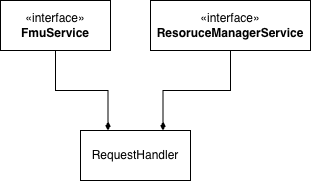
Before: figures/backend-design.png, a diagram exported from draw.io (Sohaib-Ouakani/thesis-template). Source tidied: cells renumbered, new cells last; positions are measured from the earlier drawing's top-left corner, leaving out a move shared by most shapes. Its diagram source:
```xml
<mxGraphModel>
  <root>
    <mxCell id="0" />
    <mxCell id="1" parent="0" />
    <mxCell id="2" value="RequestHandler" style="html=1;whiteSpace=wrap;" parent="1" vertex="1">
      <mxGeometry x="80" y="130" width="110" height="50" as="geometry" />
    </mxCell>
    <mxCell id="3" style="edgeStyle=orthogonalEdgeStyle;rounded=0;jettySize=auto;html=1;exitX=0.5;exitY=1;exitDx=0;exitDy=0;entryX=0.25;entryY=0;entryDx=0;entryDy=0;endArrow=diamondThin;endFill=1;" parent="1" edge="1" source="4" target="2">
      <mxGeometry relative="1" as="geometry" />
    </mxCell>
    <mxCell id="4" value="«interface»&lt;br&gt;&lt;b&gt;FmuService&lt;/b&gt;" style="html=1;whiteSpace=wrap;" parent="1" vertex="1">
      <mxGeometry width="110" height="50" as="geometry" />
    </mxCell>
    <mxCell id="5" style="edgeStyle=orthogonalEdgeStyle;rounded=0;jettySize=auto;html=1;exitX=0.5;exitY=1;exitDx=0;exitDy=0;entryX=0.75;entryY=0;entryDx=0;entryDy=0;endArrow=diamondThin;endFill=1;" parent="1" edge="1" source="6" target="2">
      <mxGeometry relative="1" as="geometry" />
    </mxCell>
    <mxCell id="6" value="«interface»&lt;br&gt;&lt;b&gt;ResoruceManagerService&lt;/b&gt;" style="html=1;whiteSpace=wrap;" parent="1" vertex="1">
      <mxGeometry x="150" width="160" height="50" as="geometry" />
    </mxCell>
  </root>
</mxGraphModel>
```
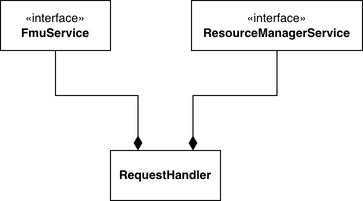
Later version of the same file.

The edit, as a diff of the source:
```diff
@@ -2,20 +2,20 @@
   <root>
     <mxCell id="0" />
     <mxCell id="1" parent="0" />
-    <mxCell id="2" value="RequestHandler" style="html=1;whiteSpace=wrap;" parent="1" vertex="1">
-      <mxGeometry x="80" y="130" width="110" height="50" as="geometry" />
+    <mxCell id="2" value="&lt;b&gt;RequestHandler&lt;/b&gt;" style="html=1;whiteSpace=wrap;" parent="1" vertex="1">
+      <mxGeometry x="109" y="100" width="110" height="50" as="geometry" />
     </mxCell>
-    <mxCell id="3" style="edgeStyle=orthogonalEdgeStyle;rounded=0;jettySize=auto;html=1;exitX=0.5;exitY=1;exitDx=0;exitDy=0;entryX=0.25;entryY=0;entryDx=0;entryDy=0;endArrow=diamondThin;endFill=1;" parent="1" edge="1" source="4" target="2">
+    <mxCell id="3" style="edgeStyle=orthogonalEdgeStyle;rounded=0;jettySize=auto;html=1;exitX=0.5;exitY=1;exitDx=0;exitDy=0;entryX=0.25;entryY=0;entryDx=0;entryDy=0;endArrow=diamondThin;endFill=1;endSize=12;" parent="1" edge="1" source="4" target="2">
       <mxGeometry relative="1" as="geometry" />
     </mxCell>
     <mxCell id="4" value="«interface»&lt;br&gt;&lt;b&gt;FmuService&lt;/b&gt;" style="html=1;whiteSpace=wrap;" parent="1" vertex="1">
-      <mxGeometry width="110" height="50" as="geometry" />
+      <mxGeometry x="-1" y="-50" width="110" height="50" as="geometry" />
     </mxCell>
-    <mxCell id="5" style="edgeStyle=orthogonalEdgeStyle;rounded=0;jettySize=auto;html=1;exitX=0.5;exitY=1;exitDx=0;exitDy=0;entryX=0.75;entryY=0;entryDx=0;entryDy=0;endArrow=diamondThin;endFill=1;" parent="1" edge="1" source="6" target="2">
-      <mxGeometry relative="1" as="geometry" />
-    </mxCell>
-    <mxCell id="6" value="«interface»&lt;br&gt;&lt;b&gt;ResoruceManagerService&lt;/b&gt;" style="html=1;whiteSpace=wrap;" parent="1" vertex="1">
-      <mxGeometry x="150" width="160" height="50" as="geometry" />
-    </mxCell>
+    <mxCell id="7" style="edgeStyle=orthogonalEdgeStyle;rounded=0;jettySize=auto;html=1;exitX=0.5;exitY=1;exitDx=0;exitDy=0;entryX=0.75;entryY=0;entryDx=0;entryDy=0;endArrow=diamondThin;endFill=1;endSize=12;" parent="1" edge="1" source="8" target="2">
+      <mxGeometry relative="1" as="geometry" />
+    </mxCell>
+    <mxCell id="8" value="«interface»&lt;br&gt;&lt;b&gt;ResourceManagerService&lt;/b&gt;" style="html=1;whiteSpace=wrap;" parent="1" vertex="1">
+      <mxGeometry x="190" y="-50" width="171" height="50" as="geometry" />
+    </mxCell>
   </root>
 </mxGraphModel>
```
